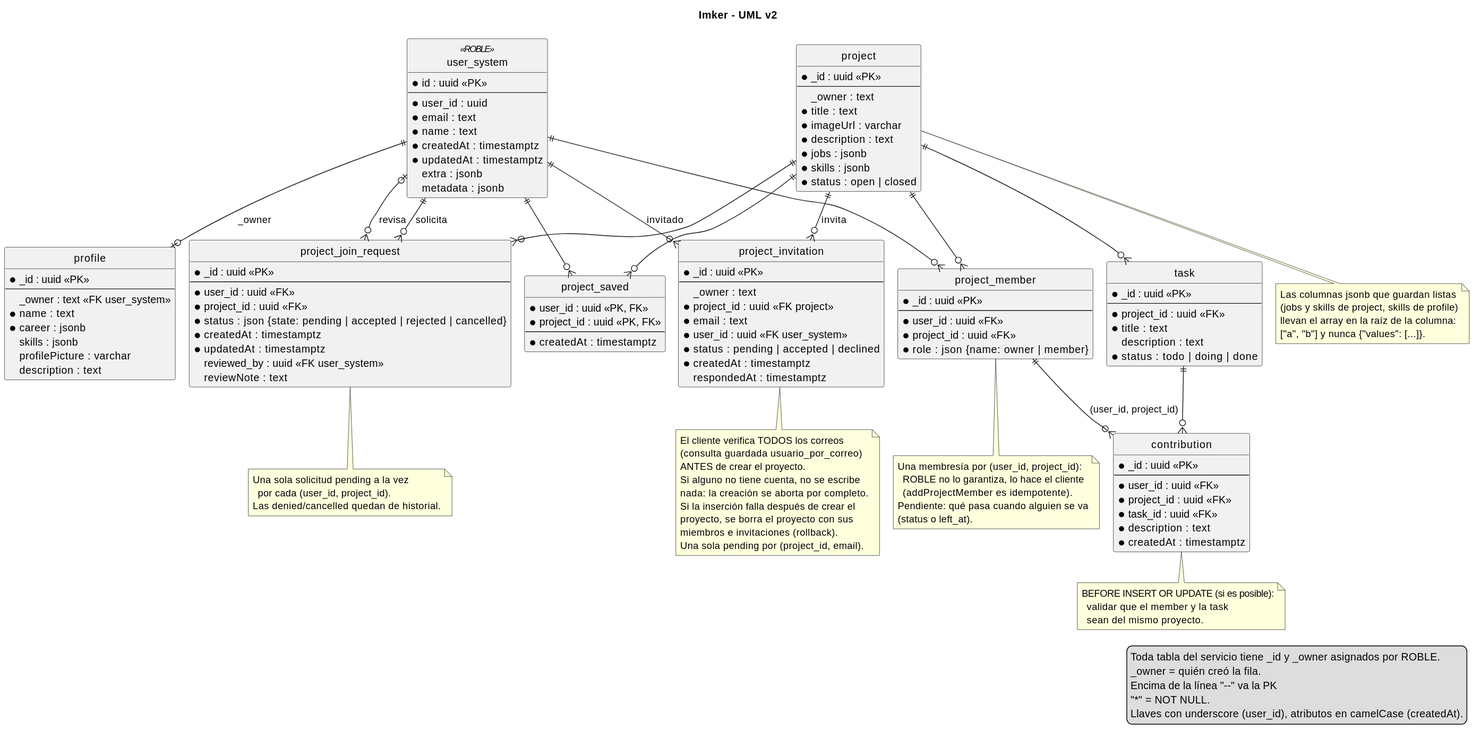
Before: docs/db/class_diagram.svg, a diagram exported from PlantUML (kicconsu/design-thinking).
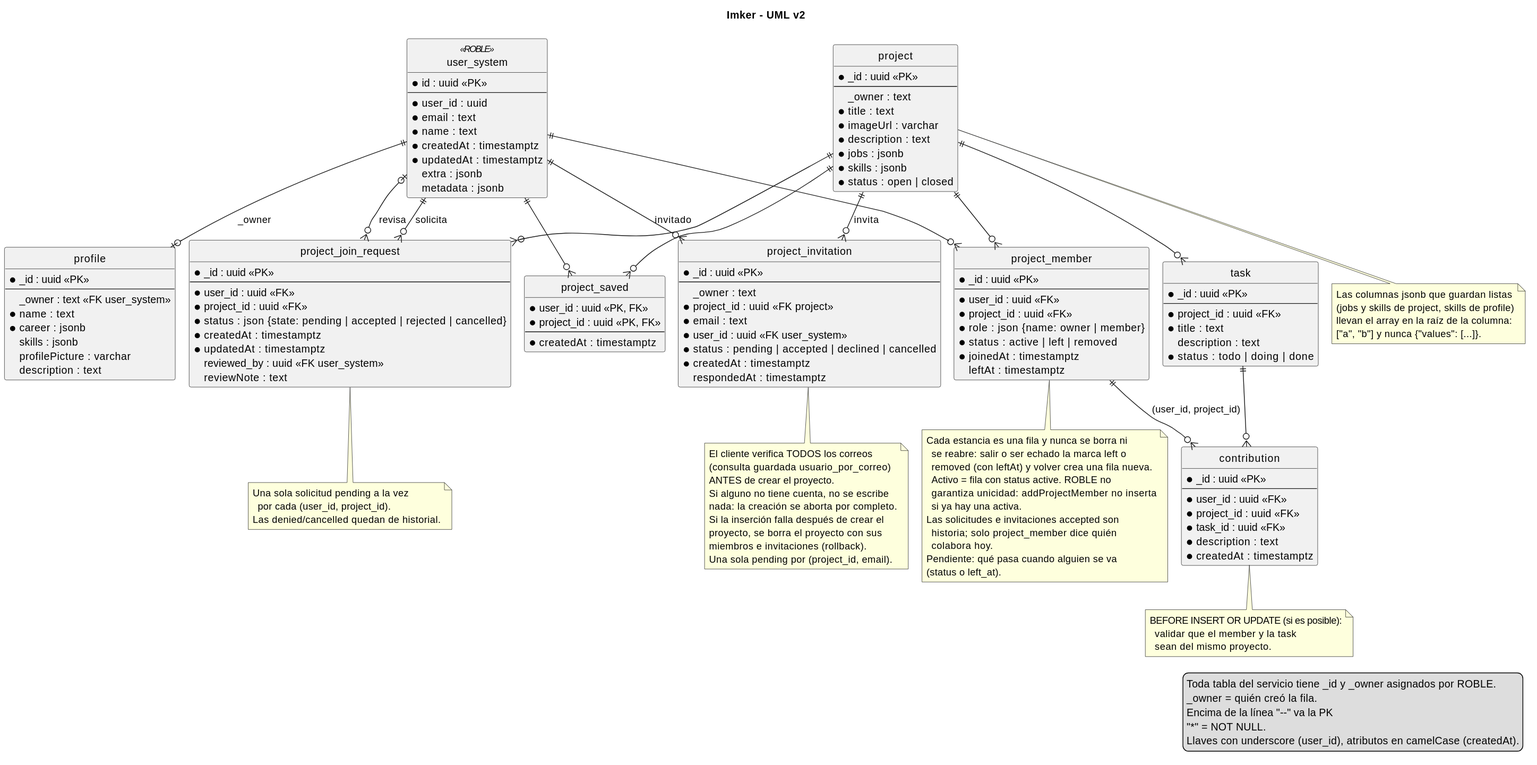
Later version of the same file.

What changed in the source:
```diff
@@ -79,6 +79,9 @@
 * user_id : uuid <<FK>>
 * project_id : uuid <<FK>>
 * role : json {name: owner | member}
+* status : active | left | removed
+* joinedAt : timestamptz
+  leftAt : timestamptz
 }
 
 entity project_invitation {
@@ -88,7 +91,7 @@
 * project_id : uuid <<FK project>>
 * email : text
 * user_id : uuid <<FK user_system>>
-* status : pending | accepted | declined
+* status : pending | accepted | declined | cancelled
 * createdAt : timestamptz
   respondedAt : timestamptz
 }
@@ -145,9 +148,15 @@
 end note
 
 note bottom of project_member
-Una membresía por (user_id, project_id):
-  ROBLE no lo garantiza, lo hace el cliente
-  (addProjectMember es idempotente).
+Cada estancia es una fila y nunca se borra ni
+  se reabre: salir o ser echado la marca left o
+  removed (con leftAt) y volver crea una fila nueva.
+  Activo = fila con status active. ROBLE no
+  garantiza unicidad: addProjectMember no inserta
+  si ya hay una activa.
+Las solicitudes e invitaciones accepted son
+  historia; solo project_member dice quién
+  colabora hoy.
 Pendiente: qué pasa cuando alguien se va
 (status o left_at).
 end note
```
